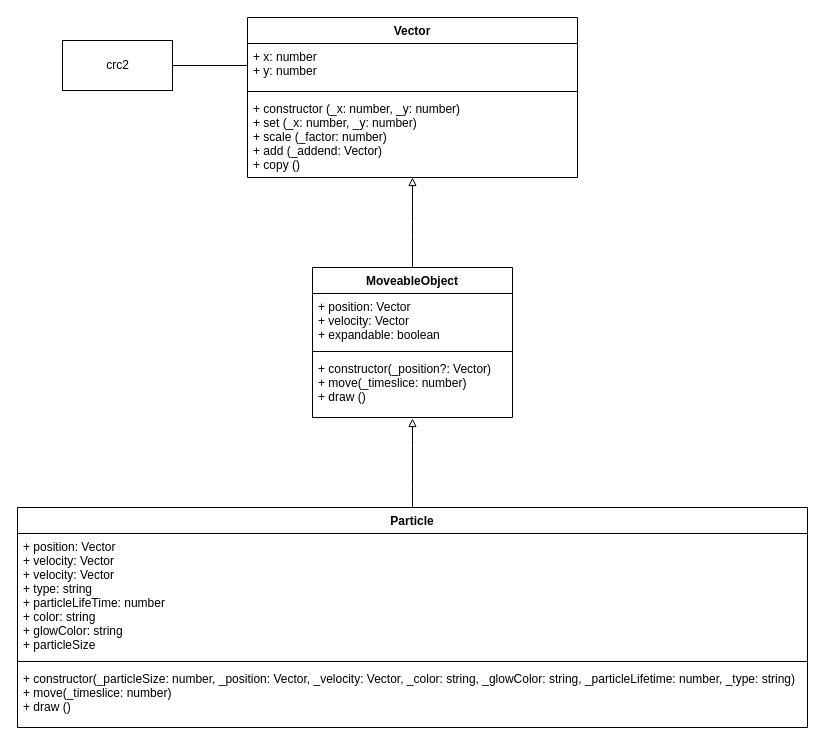
This is Konzept/ENDABGABE_Classdiagram.drawio from sebifyy/EIA2_Endabgabe-SebastianHoffmann, a draw.io file, before an edit. Source tidied: cells renumbered, new cells numbered last; positions are measured from the earlier drawing's top-left corner, leaving out a move shared by most shapes. Both pictures are drawn from the tidied source at 100%, with x=0, y=0 at pixel (17, 17).
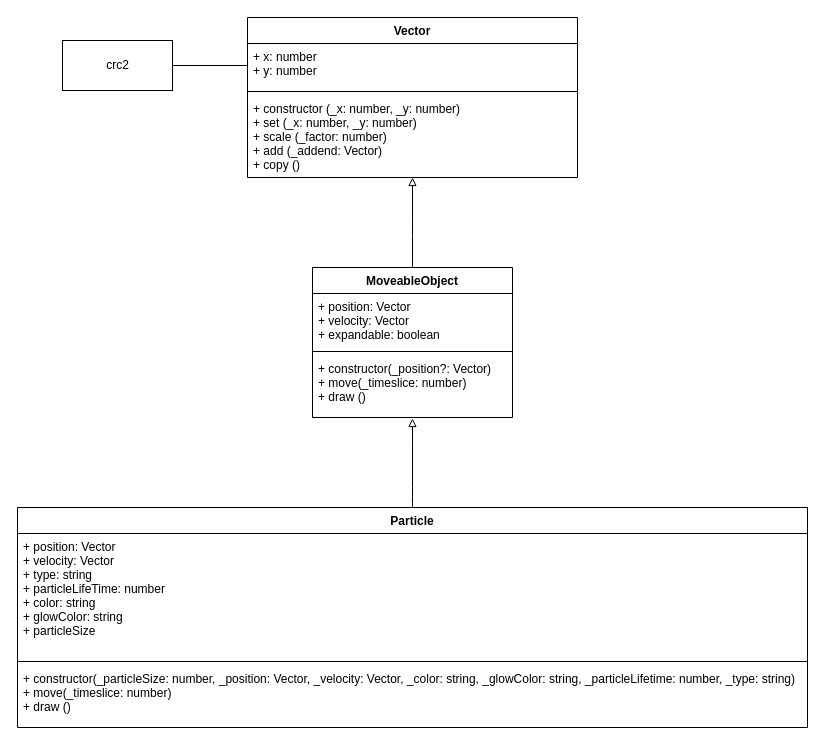
The same page after the edit.

The edit, as a diff of the source:
```diff
@@
 <mxGraphModel>
   <root>
     <mxCell id="0" />
     <mxCell id="1" parent="0" />
     <mxCell id="2" value="crc2" style="html=1;" parent="1" vertex="1">
       <mxGeometry x="45" y="23" width="110" height="50" as="geometry" />
     </mxCell>
     <mxCell id="3" style="endArrow=none;html=1;entryX=0;entryY=0.5;entryDx=0;entryDy=0;exitX=1;exitY=0.5;exitDx=0;exitDy=0;" parent="1" edge="1" source="2" target="6">
       <mxGeometry relative="1" as="geometry" />
     </mxCell>
     <mxCell id="4" style="endArrow=block;html=1;curved=1;strokeWidth=1;endFill=0;exitX=0.5;exitY=0;exitDx=0;exitDy=0;" parent="1" edge="1" source="9" target="8">
       <mxGeometry relative="1" as="geometry" />
     </mxCell>
     <mxCell id="5" value="Vector" style="swimlane;fontStyle=1;align=center;verticalAlign=top;horizontal=1;startSize=26;" parent="1" vertex="1">
       <mxGeometry x="230" width="330" height="160" as="geometry" />
     </mxCell>
     <mxCell id="6" value="+ x: number&#10;+ y: number" style="text;align=left;verticalAlign=top;spacingLeft=4;spacingRight=4;overflow=hidden;points=[[0,0.5],[1,0.5]];portConstraint=eastwest;" parent="5" vertex="1">
       <mxGeometry y="26" width="330" height="44" as="geometry" />
     </mxCell>
     <mxCell id="7" style="line;strokeWidth=1;fillColor=none;align=left;verticalAlign=middle;spacingTop=-1;spacingLeft=3;spacingRight=3;labelPosition=right;" parent="5" vertex="1">
       <mxGeometry y="70" width="330" height="8" as="geometry" />
     </mxCell>
     <mxCell id="8" value="+ constructor (_x: number, _y: number)&#10;+ set (_x: number, _y: number)&#10;+ scale (_factor: number)&#10;+ add (_addend: Vector)&#10;+ copy ()&#10;" style="text;align=left;verticalAlign=top;spacingLeft=4;spacingRight=4;overflow=hidden;points=[[0,0.5],[1,0.5]];portConstraint=eastwest;" parent="5" vertex="1">
       <mxGeometry y="78" width="330" height="82" as="geometry" />
     </mxCell>
     <mxCell id="9" value="MoveableObject" style="swimlane;fontStyle=1;align=center;verticalAlign=top;horizontal=1;startSize=26;" parent="1" vertex="1">
       <mxGeometry x="295" y="250" width="200" height="150" as="geometry" />
     </mxCell>
     <mxCell id="10" value="+ position: Vector&#10;+ velocity: Vector&#10;+ expandable: boolean" style="text;align=left;verticalAlign=top;spacingLeft=4;spacingRight=4;overflow=hidden;" parent="9" vertex="1">
       <mxGeometry y="26" width="200" height="54" as="geometry" />
     </mxCell>
     <mxCell id="11" style="line;strokeWidth=1;fillColor=none;align=left;verticalAlign=middle;spacingTop=-1;spacingLeft=3;spacingRight=3;labelPosition=right;" parent="9" vertex="1">
       <mxGeometry y="80" width="200" height="8" as="geometry" />
     </mxCell>
     <mxCell id="12" value="+ constructor(_position?: Vector)&#10;+ move(_timeslice: number)&#10;+ draw ()" style="text;align=left;verticalAlign=top;spacingLeft=4;spacingRight=4;overflow=hidden;" parent="9" vertex="1">
       <mxGeometry y="88" width="200" height="62" as="geometry" />
     </mxCell>
     <mxCell id="13" style="endArrow=block;html=1;curved=1;strokeWidth=1;endFill=0;" parent="9" edge="1" source="14">
       <mxGeometry relative="1" as="geometry">
         <mxPoint x="100" y="151" as="targetPoint" />
       </mxGeometry>
     </mxCell>
     <mxCell id="14" value="Particle" style="swimlane;fontStyle=1;align=center;verticalAlign=top;horizontal=1;startSize=26;" parent="1" vertex="1">
       <mxGeometry y="490" width="790" height="220" as="geometry" />
     </mxCell>
-    <mxCell id="15" value="+ position: Vector&#10;+ velocity: Vector&#10;+ velocity: Vector&#10;+ type: string&#10;+ particleLifeTime: number&#10;+ color: string&#10;+ glowColor: string&#10;+ particleSize" style="text;align=left;verticalAlign=top;spacingLeft=4;spacingRight=4;overflow=hidden;" parent="14" vertex="1">
+    <mxCell id="15" value="+ position: Vector&#10;+ velocity: Vector&#10;+ type: string&#10;+ particleLifeTime: number&#10;+ color: string&#10;+ glowColor: string&#10;+ particleSize" style="text;align=left;verticalAlign=top;spacingLeft=4;spacingRight=4;overflow=hidden;" parent="14" vertex="1">
       <mxGeometry y="26" width="790" height="124" as="geometry" />
     </mxCell>
     <mxCell id="16" style="line;strokeWidth=1;fillColor=none;align=left;verticalAlign=middle;spacingTop=-1;spacingLeft=3;spacingRight=3;labelPosition=right;" parent="14" vertex="1">
       <mxGeometry y="150" width="790" height="8" as="geometry" />
     </mxCell>
     <mxCell id="17" value="+ constructor(_particleSize: number, _position: Vector, _velocity: Vector, _color: string, _glowColor: string, _particleLifetime: number, _type: string)&#10;+ move(_timeslice: number)&#10;+ draw ()" style="text;align=left;verticalAlign=top;spacingLeft=4;spacingRight=4;overflow=hidden;" parent="14" vertex="1">
       <mxGeometry y="158" width="790" height="62" as="geometry" />
     </mxCell>
   </root>
 </mxGraphModel>
```
